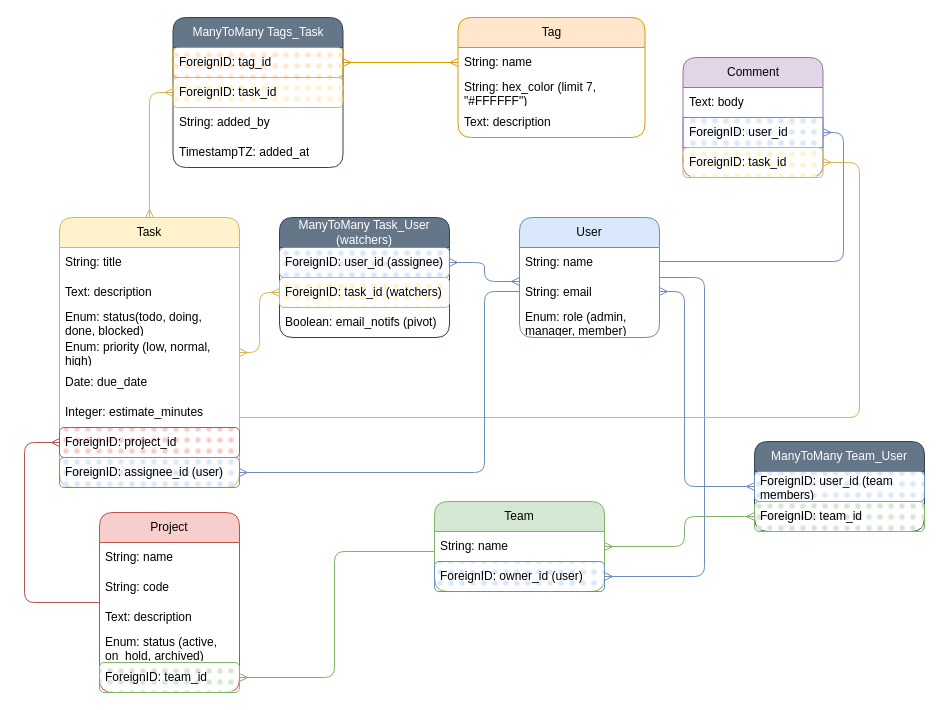
Above: documentation/entity relationship diagram.drawio in DevindeWit/tasklist (draw.io), before the change. Source tidied: cells renumbered, new cells numbered last; positions are measured from the earlier drawing's top-left corner, leaving out a move shared by most shapes. Both pictures are drawn from the tidied source at 100%, with x=0, y=0 at pixel (24, 17).
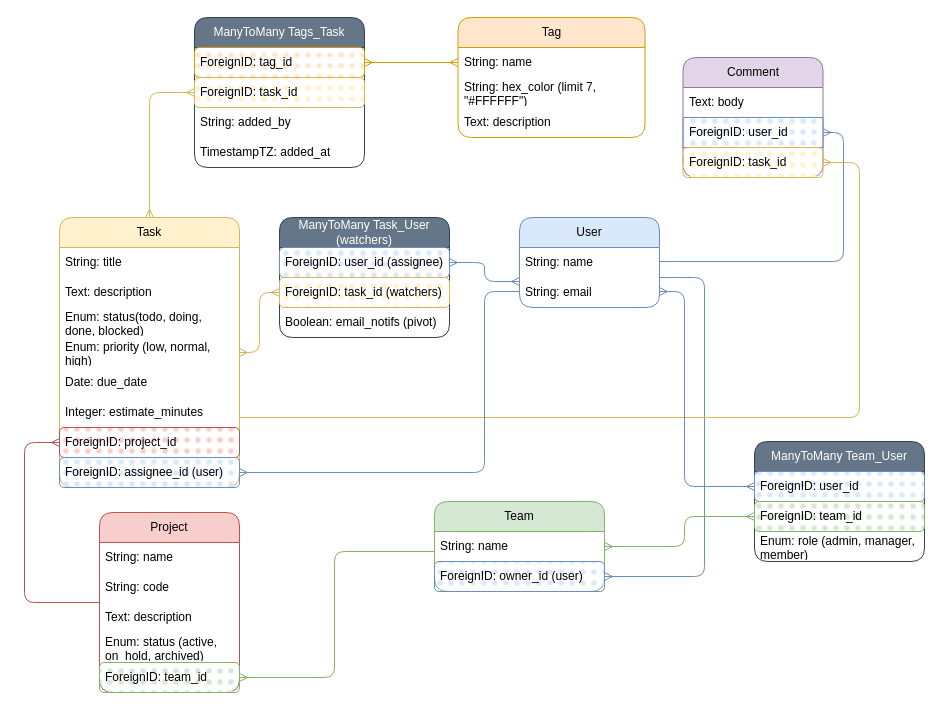
After the change.

What changed in the source:
```diff
@@
     <mxCell id="5" value="User" style="swimlane;fontStyle=0;horizontal=1;startSize=30;whiteSpace=wrap;html=1;fillColor=#dae8fc;strokeColor=#6c8ebf;swimlaneFillColor=none;perimeterSpacing=0;rounded=1;shadow=0;" parent="1" vertex="1">
-      <mxGeometry x="495" y="200" width="140" height="120" as="geometry" />
+      <mxGeometry x="495" y="200" width="140" height="90" as="geometry" />
     </mxCell>
@@
-    <mxCell id="8" value="Enum: role (admin, manager, member)" style="text;strokeColor=none;fillColor=none;align=left;verticalAlign=middle;spacingLeft=4;spacingRight=4;overflow=hidden;whiteSpace=wrap;html=1;" parent="5" vertex="1">
-      <mxGeometry y="90" width="140" height="30" as="geometry" />
-    </mxCell>
@@
     <mxCell id="36" value="ManyToMany Tags_Task" style="swimlane;fontStyle=0;horizontal=1;startSize=30;whiteSpace=wrap;html=1;swimlaneFillColor=none;perimeterSpacing=0;rounded=1;shadow=0;fillColor=#647687;fontColor=#ffffff;strokeColor=#314354;" parent="1" vertex="1">
-      <mxGeometry x="148.5" width="170" height="150" as="geometry" />
+      <mxGeometry x="170" width="170" height="150" as="geometry" />
     </mxCell>
@@
     <mxCell id="52" value="ManyToMany Team_User" style="swimlane;fontStyle=0;horizontal=1;startSize=30;whiteSpace=wrap;html=1;swimlaneFillColor=none;perimeterSpacing=0;rounded=1;shadow=0;fillColor=#647687;fontColor=#ffffff;strokeColor=#314354;" parent="1" vertex="1">
-      <mxGeometry x="730" y="424" width="170" height="90" as="geometry" />
+      <mxGeometry x="730" y="424" width="170" height="120" as="geometry" />
     </mxCell>
-    <mxCell id="53" value="ForeignID: user_id (team members)" style="text;strokeColor=#6c8ebf;fillColor=#dae8fc;align=left;verticalAlign=middle;spacingLeft=4;spacingRight=4;overflow=hidden;points=[[0,0.5],[1,0.5]];portConstraint=eastwest;whiteSpace=wrap;html=1;fillStyle=dots;rounded=1;" parent="52" vertex="1">
+    <mxCell id="53" value="ForeignID: user_id" style="text;strokeColor=#6c8ebf;fillColor=#dae8fc;align=left;verticalAlign=middle;spacingLeft=4;spacingRight=4;overflow=hidden;points=[[0,0.5],[1,0.5]];portConstraint=eastwest;whiteSpace=wrap;html=1;fillStyle=dots;rounded=1;" parent="52" vertex="1">
       <mxGeometry y="30" width="170" height="30" as="geometry" />
     </mxCell>
@@
+    <mxCell id="8" value="Enum: role (admin, manager, member)" style="text;strokeColor=none;fillColor=none;align=left;verticalAlign=middle;spacingLeft=4;spacingRight=4;overflow=hidden;whiteSpace=wrap;html=1;" parent="52" vertex="1">
+      <mxGeometry y="90" width="170" height="30" as="geometry" />
+    </mxCell>
```
